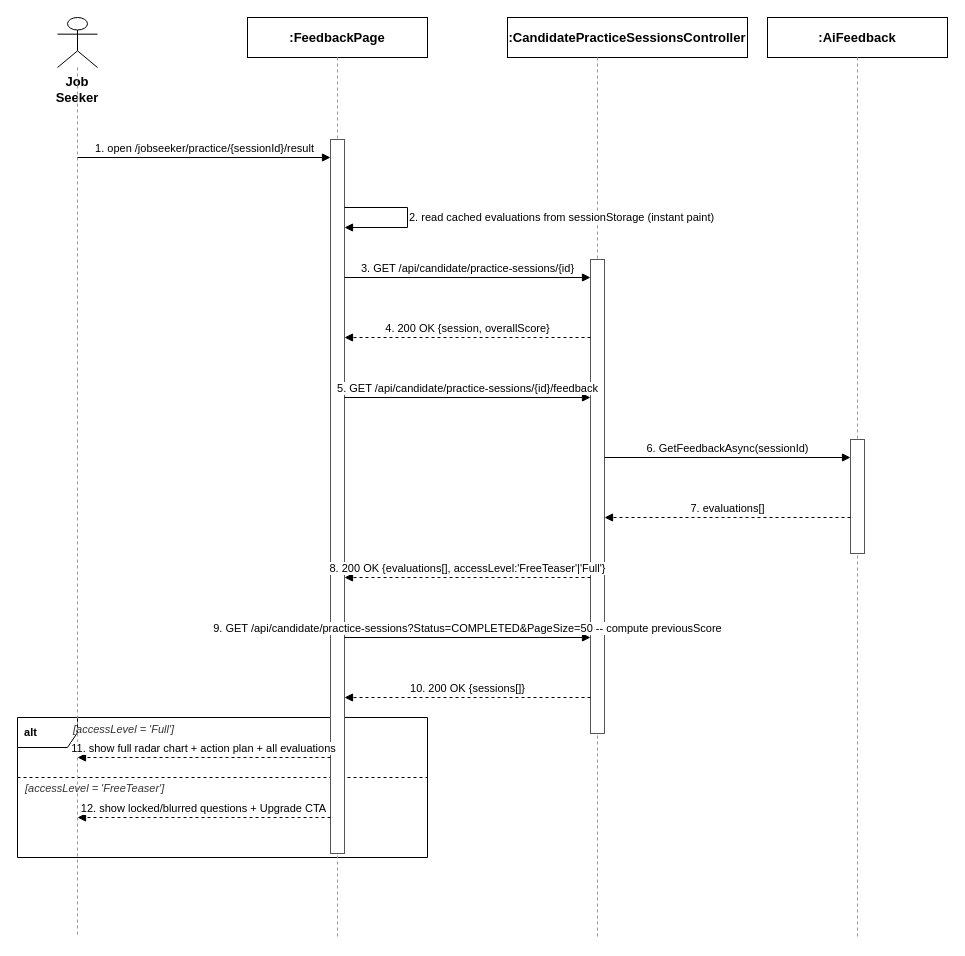
Before: docs/qa/Tu_SequenceDiagram/10_View_AI_Feedback_Result.drawio in tulklk/AI_Interview_Question_Generation_RAG_LLM_FE, a draw.io diagram. Source tidied: cells renumbered, new cells numbered last; positions are measured from the earlier drawing's top-left corner, leaving out a move shared by most shapes. Both pictures are drawn from the tidied source at 100%, with x=0, y=0 at pixel (17, 17).
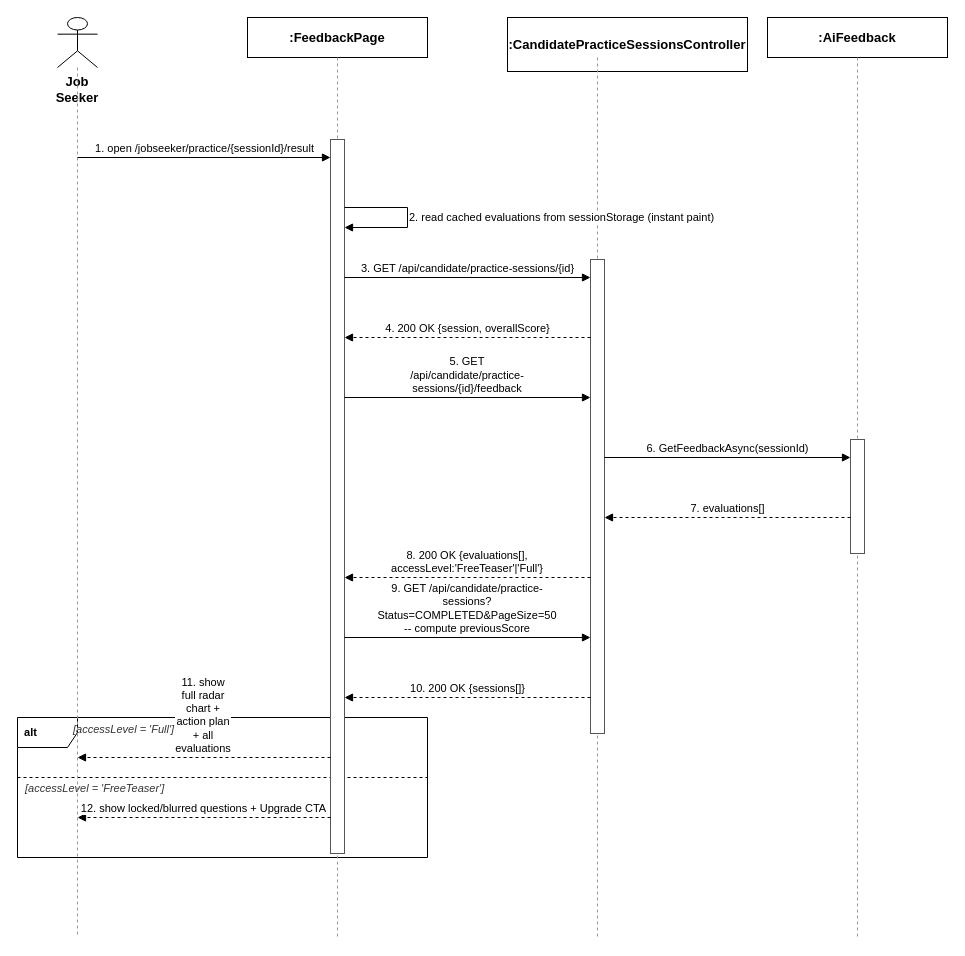
After the change.

What changed in the source:
```diff
@@
     <mxCell id="10" value=":CandidatePracticeSessionsController" style="rounded=0;whiteSpace=wrap;html=1;fontSize=13;fillColor=#ffffff;strokeColor=#000000;fontStyle=1;" parent="1" vertex="1">
-      <mxGeometry x="490" width="240" height="40" as="geometry" />
+      <mxGeometry x="490" width="240" height="54" as="geometry" />
     </mxCell>
@@
-    <mxCell id="21" value="5. GET /api/candidate/practice-sessions/{id}/feedback" style="endArrow=block;endFill=1;html=1;fontSize=11;align=center;verticalAlign=bottom;labelBackgroundColor=#ffffff;strokeColor=#000000;" parent="1" edge="1">
+    <mxCell id="21" value="5. GET /api/candidate/practice-sessions/{id}/feedback" style="endArrow=block;endFill=1;html=1;whiteSpace=wrap;fontSize=11;align=center;verticalAlign=bottom;labelBackgroundColor=#ffffff;strokeColor=#000000;" parent="1" edge="1">
       <mxGeometry relative="1" as="geometry">
         <mxPoint x="327" y="380" as="sourcePoint" />
         <mxPoint x="573" y="380" as="targetPoint" />
       </mxGeometry>
     </mxCell>
@@
-    <mxCell id="24" value="8. 200 OK {evaluations[], accessLevel:'FreeTeaser'|'Full'}" style="endArrow=block;endFill=1;html=1;dashed=1;fontSize=11;align=center;verticalAlign=bottom;labelBackgroundColor=#ffffff;strokeColor=#000000;" parent="1" edge="1">
+    <mxCell id="24" value="8. 200 OK {evaluations[], accessLevel:'FreeTeaser'|'Full'}" style="endArrow=block;endFill=1;html=1;whiteSpace=wrap;dashed=1;fontSize=11;align=center;verticalAlign=bottom;labelBackgroundColor=#ffffff;strokeColor=#000000;" parent="1" edge="1">
       <mxGeometry relative="1" as="geometry">
         <mxPoint x="573" y="560" as="sourcePoint" />
         <mxPoint x="327" y="560" as="targetPoint" />
       </mxGeometry>
     </mxCell>
-    <mxCell id="25" value="9. GET /api/candidate/practice-sessions?Status=COMPLETED&amp;PageSize=50  -- compute previousScore" style="endArrow=block;endFill=1;html=1;fontSize=11;align=center;verticalAlign=bottom;labelBackgroundColor=#ffffff;strokeColor=#000000;" parent="1" edge="1">
+    <mxCell id="25" value="9. GET /api/candidate/practice-sessions?Status=COMPLETED&amp;PageSize=50  -- compute previousScore" style="endArrow=block;endFill=1;html=1;whiteSpace=wrap;fontSize=11;align=center;verticalAlign=bottom;labelBackgroundColor=#ffffff;strokeColor=#000000;" parent="1" edge="1">
       <mxGeometry relative="1" as="geometry">
         <mxPoint x="327" y="620" as="sourcePoint" />
         <mxPoint x="573" y="620" as="targetPoint" />
       </mxGeometry>
     </mxCell>
@@
-    <mxCell id="27" value="11. show full radar chart + action plan + all evaluations" style="endArrow=block;endFill=1;html=1;dashed=1;fontSize=11;align=center;verticalAlign=bottom;labelBackgroundColor=#ffffff;strokeColor=#000000;" parent="1" edge="1">
+    <mxCell id="27" value="11. show full radar chart + action plan + all evaluations" style="endArrow=block;endFill=1;html=1;whiteSpace=wrap;dashed=1;fontSize=11;align=center;verticalAlign=bottom;labelBackgroundColor=#ffffff;strokeColor=#000000;" parent="1" edge="1">
       <mxGeometry relative="1" as="geometry">
         <mxPoint x="313" y="740" as="sourcePoint" />
         <mxPoint x="60" y="740" as="targetPoint" />
       </mxGeometry>
     </mxCell>
```
